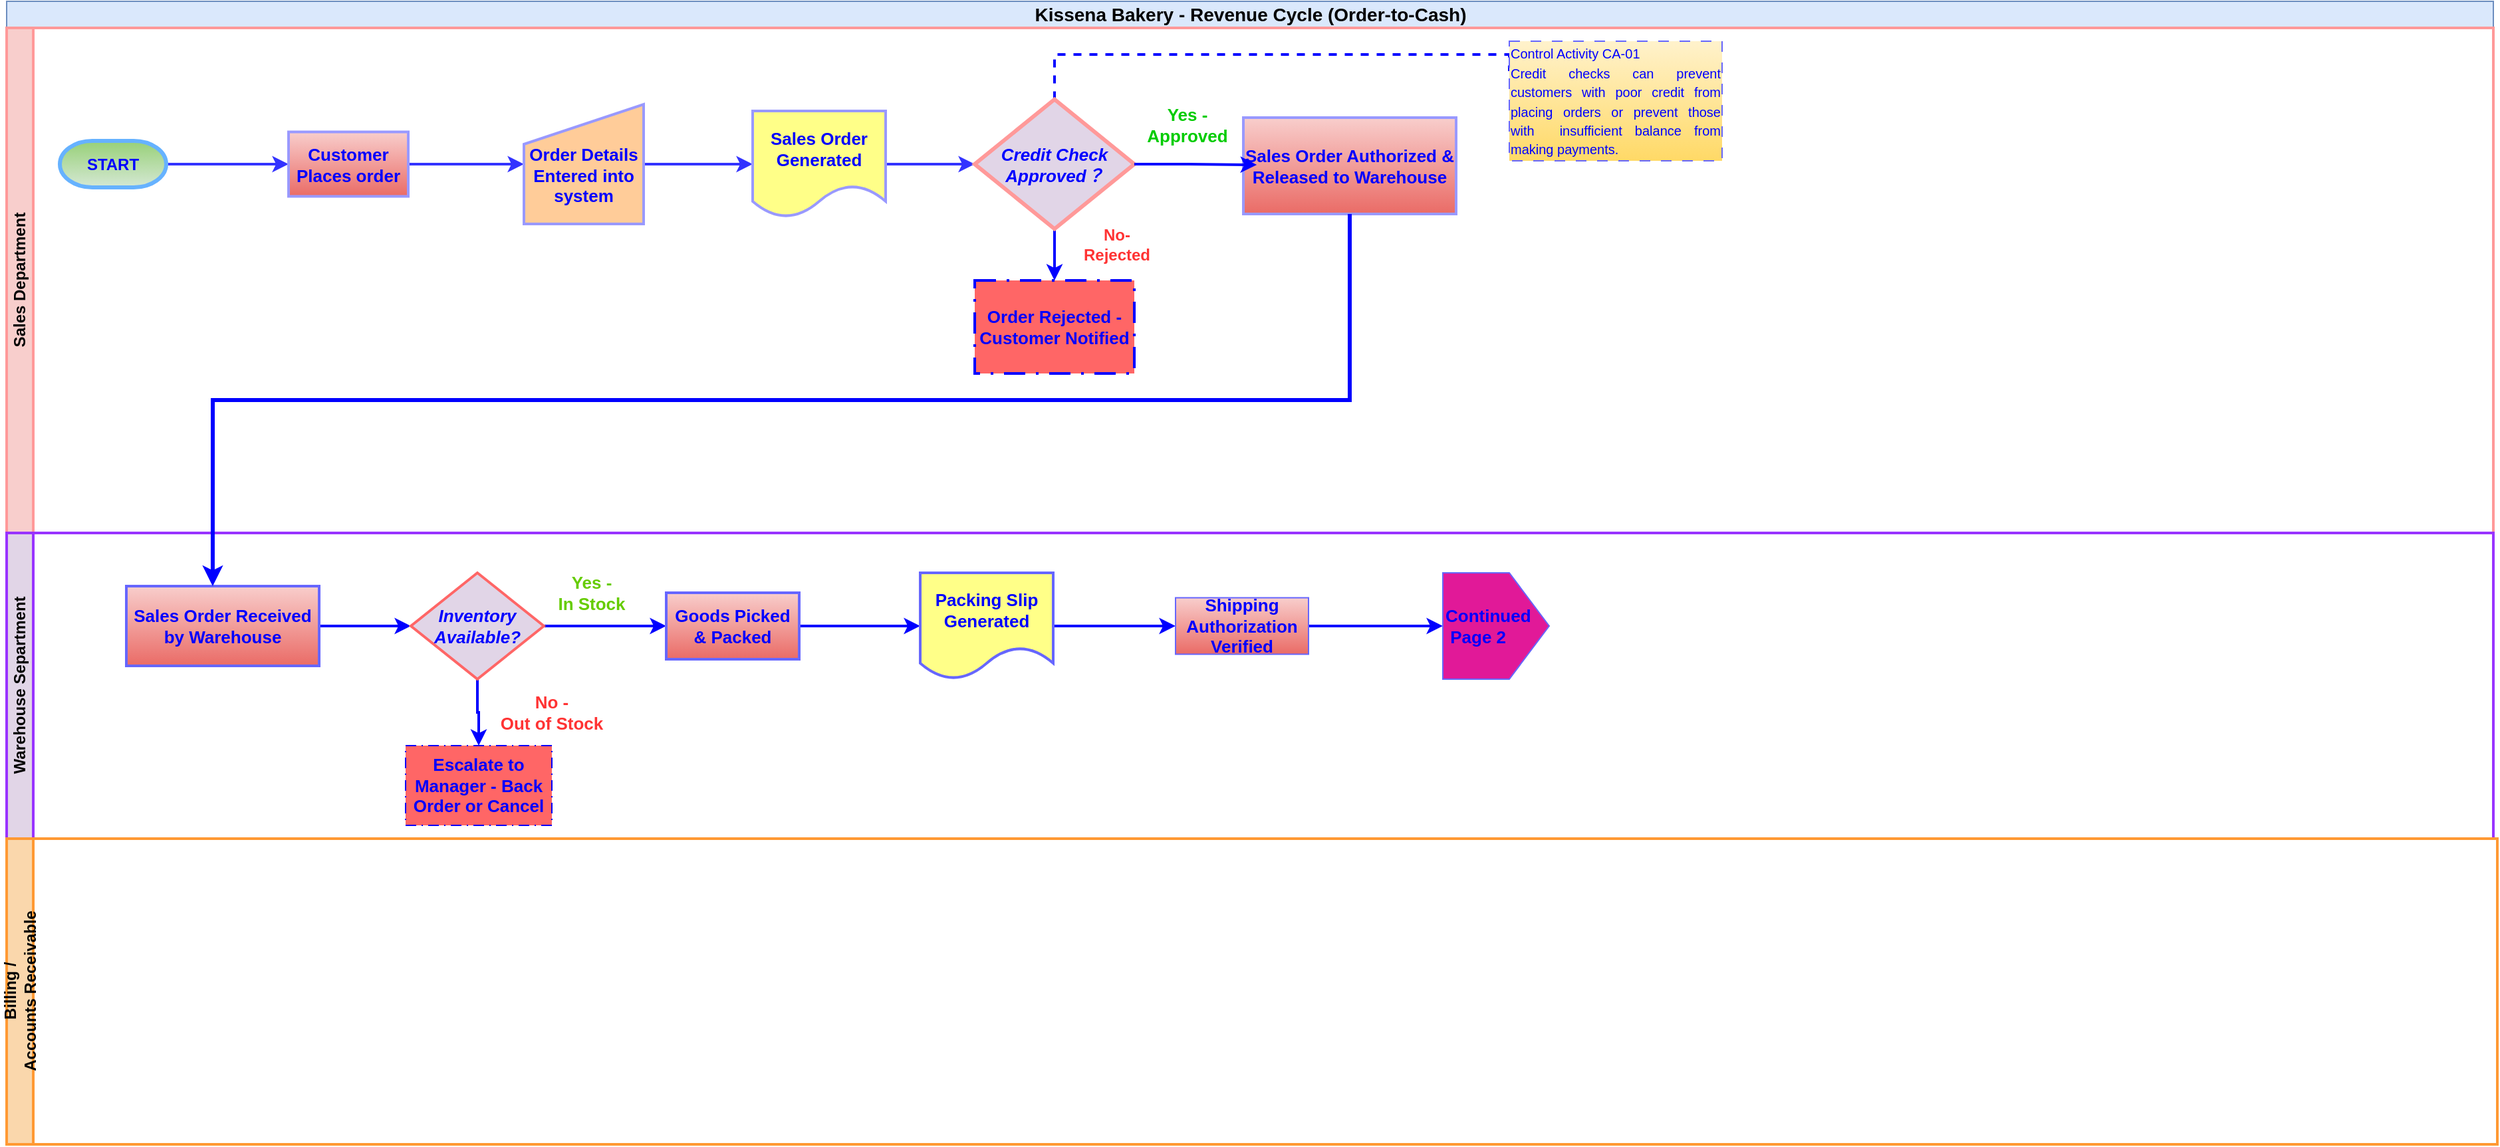
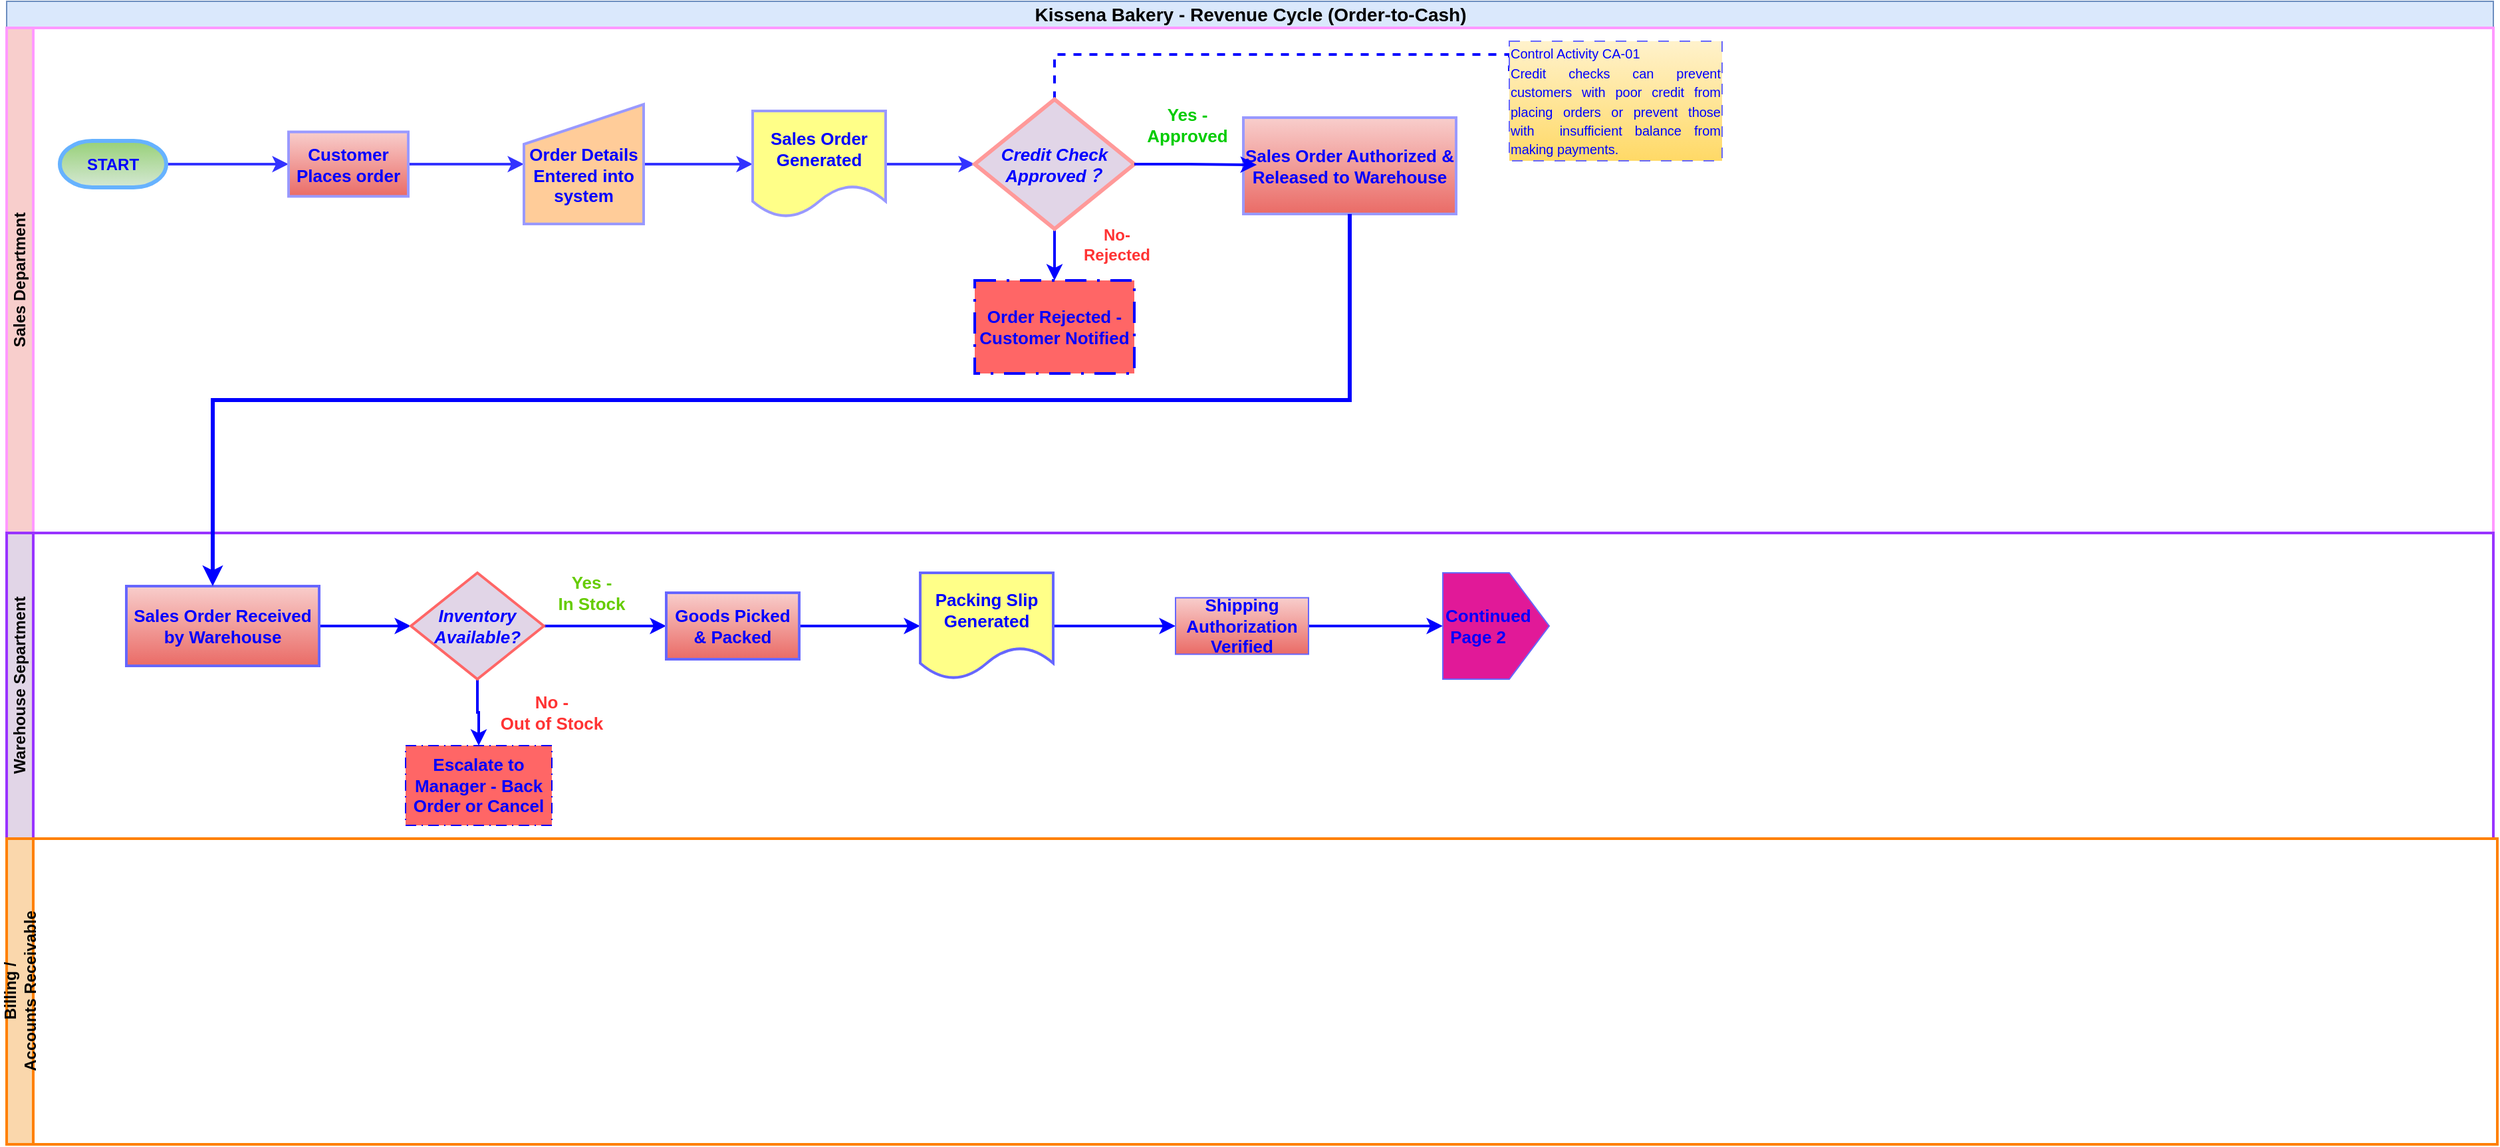
<mxfile host="app.diagrams.net" agent="Mozilla/5.0 (Windows NT 10.0; Win64; x64) AppleWebKit/537.36 (KHTML, like Gecko) Chrome/145.0.0.0 Safari/537.36" version="29.6.4" pages="2">
  <diagram name="Page-1" id="klMabU_GDppZGB9yFFRy">
    <mxGraphModel dx="2431" dy="874" grid="1" gridSize="10" guides="1" tooltips="1" connect="1" arrows="1" fold="1" page="1" pageScale="1" pageWidth="1100" pageHeight="850" math="0" shadow="0">
      <root>
        <mxCell id="0" />
        <mxCell id="1" parent="0" />
        <mxCell id="0vQu63eh7_hz7IOFjZfk-1" parent="1" style="swimlane;childLayout=stackLayout;resizeParent=1;resizeParentMax=0;horizontal=1;startSize=20;horizontalStack=0;html=1;fillColor=#dae8fc;strokeColor=#6c8ebf;" value="&lt;div style=&quot;text-align: start;&quot;&gt;&lt;font style=&quot;font-size: 14px;&quot;&gt;Kissena Bakery - Revenue Cycle (Order-to-Cash)&lt;/font&gt;&lt;/div&gt;" vertex="1">
          <mxGeometry height="20" width="1870" x="80" y="30" as="geometry" />
        </mxCell>
-         <mxCell id="0vQu63eh7_hz7IOFjZfk-2" parent="1" style="swimlane;startSize=20;horizontal=0;html=1;fillColor=#f8cecc;strokeColor=#FF9999;strokeWidth=2;" value="Sales Department" vertex="1">
+         <mxCell id="0vQu63eh7_hz7IOFjZfk-2" parent="1" style="swimlane;startSize=20;horizontal=0;html=1;fillColor=#f8cecc;strokeColor=#FF99FF;strokeWidth=2;" value="Sales Department" vertex="1">
          <mxGeometry height="380" width="1870" x="80" y="50" as="geometry">
            <mxRectangle height="30" width="610" y="20" as="alternateBounds" />
          </mxGeometry>
        </mxCell>
        <mxCell id="0vQu63eh7_hz7IOFjZfk-43" edge="1" parent="0vQu63eh7_hz7IOFjZfk-2" source="0vQu63eh7_hz7IOFjZfk-10" style="edgeStyle=orthogonalEdgeStyle;rounded=0;orthogonalLoop=1;jettySize=auto;html=1;exitX=0;exitY=0.5;exitDx=0;exitDy=0;exitPerimeter=0;entryX=0;entryY=0.5;entryDx=0;entryDy=0;strokeColor=#3333FF;strokeWidth=2;" target="0vQu63eh7_hz7IOFjZfk-15">
          <mxGeometry relative="1" as="geometry" />
        </mxCell>
        <mxCell id="0vQu63eh7_hz7IOFjZfk-10" parent="0vQu63eh7_hz7IOFjZfk-2" style="strokeWidth=3;html=1;shape=mxgraph.flowchart.terminator;whiteSpace=wrap;direction=west;fillColor=#d5e8d4;gradientColor=#97d077;strokeColor=#66B2FF;" value="&lt;b&gt;&lt;font style=&quot;color: rgb(0, 0, 255);&quot;&gt;START&lt;/font&gt;&lt;/b&gt;" vertex="1">
          <mxGeometry height="35" width="80" x="40" y="85" as="geometry" />
        </mxCell>
        <mxCell id="46-Umk2mzS9Czotzx1H9-2" edge="1" parent="0vQu63eh7_hz7IOFjZfk-2" source="0vQu63eh7_hz7IOFjZfk-15" style="edgeStyle=orthogonalEdgeStyle;rounded=0;orthogonalLoop=1;jettySize=auto;html=1;exitX=1;exitY=0.5;exitDx=0;exitDy=0;entryX=0;entryY=0.5;entryDx=0;entryDy=0;strokeColor=#3333FF;strokeWidth=2;" target="0vQu63eh7_hz7IOFjZfk-20">
          <mxGeometry relative="1" as="geometry" />
        </mxCell>
        <mxCell id="0vQu63eh7_hz7IOFjZfk-15" parent="0vQu63eh7_hz7IOFjZfk-2" style="html=1;dashed=0;whiteSpace=wrap;strokeWidth=2;fillColor=#f8cecc;strokeColor=#9999FF;gradientColor=#ea6b66;" value="&lt;font style=&quot;font-size: 13px; color: rgb(0, 0, 255);&quot;&gt;&lt;b style=&quot;&quot;&gt;Customer Places order&lt;/b&gt;&lt;/font&gt;" vertex="1">
          <mxGeometry height="48.5" width="90" x="212" y="78.25" as="geometry" />
        </mxCell>
        <mxCell id="46-Umk2mzS9Czotzx1H9-3" edge="1" parent="0vQu63eh7_hz7IOFjZfk-2" source="0vQu63eh7_hz7IOFjZfk-20" style="edgeStyle=orthogonalEdgeStyle;rounded=0;orthogonalLoop=1;jettySize=auto;html=1;exitX=1;exitY=0.5;exitDx=0;exitDy=0;entryX=0;entryY=0.5;entryDx=0;entryDy=0;strokeColor=#3333FF;strokeWidth=2;" target="0vQu63eh7_hz7IOFjZfk-30">
          <mxGeometry relative="1" as="geometry" />
        </mxCell>
        <mxCell id="0vQu63eh7_hz7IOFjZfk-20" parent="0vQu63eh7_hz7IOFjZfk-2" style="shape=manualInput;whiteSpace=wrap;html=1;align=center;fillColor=#ffcc99;strokeColor=#9999FF;strokeWidth=2;" value="&lt;div style=&quot;&quot;&gt;&lt;span style=&quot;background-color: transparent;&quot;&gt;&lt;b style=&quot;&quot;&gt;&lt;font style=&quot;font-size: 13px; color: rgb(0, 0, 255);&quot;&gt;&lt;br&gt;&lt;/font&gt;&lt;/b&gt;&lt;/span&gt;&lt;/div&gt;&lt;div style=&quot;&quot;&gt;&lt;span style=&quot;background-color: transparent;&quot;&gt;&lt;b style=&quot;&quot;&gt;&lt;font style=&quot;font-size: 13px; color: rgb(0, 0, 255);&quot;&gt;Order Details Entered into system&lt;/font&gt;&lt;/b&gt;&lt;/span&gt;&lt;/div&gt;" vertex="1">
          <mxGeometry height="90" width="90" x="389" y="57.5" as="geometry" />
        </mxCell>
        <mxCell id="0vQu63eh7_hz7IOFjZfk-35" edge="1" parent="0vQu63eh7_hz7IOFjZfk-2" style="edgeStyle=orthogonalEdgeStyle;rounded=0;orthogonalLoop=1;jettySize=auto;html=1;exitX=0;exitY=0.5;exitDx=0;exitDy=0;">
          <mxGeometry relative="1" as="geometry">
            <mxPoint x="410" y="105" as="sourcePoint" />
            <mxPoint x="410" y="105" as="targetPoint" />
          </mxGeometry>
        </mxCell>
        <mxCell id="46-Umk2mzS9Czotzx1H9-4" edge="1" parent="0vQu63eh7_hz7IOFjZfk-2" source="0vQu63eh7_hz7IOFjZfk-30" style="edgeStyle=orthogonalEdgeStyle;rounded=0;orthogonalLoop=1;jettySize=auto;html=1;exitX=1;exitY=0.5;exitDx=0;exitDy=0;entryX=0;entryY=0.5;entryDx=0;entryDy=0;strokeColor=#3333FF;strokeWidth=2;" target="0vQu63eh7_hz7IOFjZfk-34">
          <mxGeometry relative="1" as="geometry" />
        </mxCell>
        <mxCell id="0vQu63eh7_hz7IOFjZfk-30" parent="0vQu63eh7_hz7IOFjZfk-2" style="shape=document;whiteSpace=wrap;html=1;boundedLbl=1;strokeWidth=2;fillColor=#ffff88;strokeColor=#9999FF;" value="&lt;font style=&quot;font-size: 13px; color: rgb(0, 0, 255);&quot;&gt;&lt;b&gt;Sales Order Generated&lt;/b&gt;&lt;/font&gt;" vertex="1">
          <mxGeometry height="80" width="100" x="561" y="62.5" as="geometry" />
        </mxCell>
        <mxCell id="pGH0SQg9JUakCyH8bkGQ-28" edge="1" parent="0vQu63eh7_hz7IOFjZfk-2" source="0vQu63eh7_hz7IOFjZfk-34" style="edgeStyle=orthogonalEdgeStyle;rounded=0;orthogonalLoop=1;jettySize=auto;html=1;exitX=0.5;exitY=0;exitDx=0;exitDy=0;entryX=0;entryY=0.25;entryDx=0;entryDy=0;endArrow=none;endFill=0;dashed=1;strokeWidth=2;strokeColor=#0000FF;" target="pGH0SQg9JUakCyH8bkGQ-23">
          <mxGeometry relative="1" as="geometry">
            <Array as="points">
              <mxPoint x="788" y="20" />
              <mxPoint x="1130" y="20" />
            </Array>
          </mxGeometry>
        </mxCell>
        <mxCell id="DywWvH4VDf4e1SjyT3sU-2" edge="1" parent="0vQu63eh7_hz7IOFjZfk-2" source="0vQu63eh7_hz7IOFjZfk-34" style="edgeStyle=orthogonalEdgeStyle;rounded=0;orthogonalLoop=1;jettySize=auto;html=1;exitX=0.5;exitY=1;exitDx=0;exitDy=0;entryX=0.5;entryY=0;entryDx=0;entryDy=0;strokeColor=#0000FF;strokeWidth=2;" target="0vQu63eh7_hz7IOFjZfk-65">
          <mxGeometry relative="1" as="geometry" />
        </mxCell>
        <mxCell id="0vQu63eh7_hz7IOFjZfk-34" parent="0vQu63eh7_hz7IOFjZfk-2" style="rhombus;whiteSpace=wrap;html=1;fillColor=#e1d5e7;strokeColor=#FF9999;strokeWidth=3;" value="&lt;font style=&quot;font-size: 13px; color: rgb(0, 0, 255);&quot;&gt;&lt;b&gt;&lt;i&gt;Credit Check Approved？&lt;/i&gt;&lt;/b&gt;&lt;/font&gt;" vertex="1">
          <mxGeometry height="97.5" width="120" x="728" y="53.75" as="geometry" />
        </mxCell>
        <mxCell id="0vQu63eh7_hz7IOFjZfk-60" parent="0vQu63eh7_hz7IOFjZfk-2" style="text;html=1;whiteSpace=wrap;strokeColor=none;fillColor=none;align=center;verticalAlign=middle;rounded=0;fontColor=#00CC00;" value="&lt;font style=&quot;font-size: 13px;&quot;&gt;&lt;b style=&quot;&quot;&gt;Yes - Approved&lt;/b&gt;&lt;/font&gt;" vertex="1">
          <mxGeometry height="30" width="80" x="848" y="57.5" as="geometry" />
        </mxCell>
        <mxCell id="0vQu63eh7_hz7IOFjZfk-65" parent="0vQu63eh7_hz7IOFjZfk-2" style="html=1;dashed=1;whiteSpace=wrap;strokeWidth=2;fillColor=light-dark(#FF6666,#FF3333);strokeColor=#0000FF;fontColor=#ffffff;fontStyle=1;dashPattern=8 4 1 4;" value="&lt;font style=&quot;font-size: 13px; color: rgb(0, 0, 255);&quot;&gt;Order Rejected - Customer Notified&lt;/font&gt;" vertex="1">
          <mxGeometry height="70" width="120" x="728" y="190" as="geometry" />
        </mxCell>
        <mxCell id="0vQu63eh7_hz7IOFjZfk-67" parent="0vQu63eh7_hz7IOFjZfk-2" style="html=1;dashed=0;whiteSpace=wrap;fillColor=#f8cecc;gradientColor=#ea6b66;strokeColor=#9999FF;strokeWidth=2;" value="&lt;font style=&quot;font-size: 13px; color: rgb(0, 0, 255);&quot;&gt;&lt;b&gt;Sales Order Authorized &amp;amp; Released to Warehouse&lt;/b&gt;&lt;/font&gt;" vertex="1">
          <mxGeometry height="72.5" width="160" x="930" y="67.5" as="geometry" />
        </mxCell>
        <mxCell id="pGH0SQg9JUakCyH8bkGQ-23" parent="0vQu63eh7_hz7IOFjZfk-2" style="html=1;dashed=1;whiteSpace=wrap;dashPattern=8 8;fillColor=#fff2cc;gradientColor=#ffd966;strokeColor=light-dark(#6666FF,#6D5100);strokeWidth=1;" value="&lt;div style=&quot;text-align: justify;&quot;&gt;&lt;span style=&quot;font-size: 10px; background-color: transparent;&quot;&gt;&lt;font style=&quot;color: rgb(0, 0, 255);&quot;&gt;Control Activity&amp;nbsp;CA-01&lt;/font&gt;&lt;/span&gt;&lt;/div&gt;&lt;font style=&quot;color: rgb(0, 0, 255);&quot;&gt;&lt;div style=&quot;text-align: justify;&quot;&gt;&lt;span style=&quot;font-size: 10px; background-color: transparent;&quot;&gt;Credit checks can prevent customers with poor credit from placing orders or prevent those with&amp;nbsp; insufficient balance from making payments.&lt;/span&gt;&lt;/div&gt;&lt;/font&gt;" vertex="1">
          <mxGeometry height="90" width="160" x="1130" y="10" as="geometry" />
        </mxCell>
        <mxCell id="DywWvH4VDf4e1SjyT3sU-3" parent="0vQu63eh7_hz7IOFjZfk-2" style="text;html=1;whiteSpace=wrap;strokeColor=none;fillColor=none;align=center;verticalAlign=middle;rounded=0;fontSize=12;fontStyle=1;fontColor=#FF3333;" value="&lt;span&gt;&lt;font style=&quot;&quot;&gt;No-Rejected&lt;/font&gt;&lt;/span&gt;" vertex="1">
          <mxGeometry height="30" width="70" x="800" y="147.5" as="geometry" />
        </mxCell>
        <mxCell id="G1smnQENkRiUrPdJOTDi-3" edge="1" parent="0vQu63eh7_hz7IOFjZfk-2" source="0vQu63eh7_hz7IOFjZfk-34" style="edgeStyle=orthogonalEdgeStyle;rounded=0;orthogonalLoop=1;jettySize=auto;html=1;exitX=1;exitY=0.5;exitDx=0;exitDy=0;entryX=0.063;entryY=0.49;entryDx=0;entryDy=0;entryPerimeter=0;strokeColor=#0000FF;strokeWidth=2;" target="0vQu63eh7_hz7IOFjZfk-67">
          <mxGeometry relative="1" as="geometry" />
        </mxCell>
        <mxCell id="0vQu63eh7_hz7IOFjZfk-3" parent="1" style="swimlane;startSize=20;horizontal=0;html=1;fillColor=#e1d5e7;strokeColor=#9933FF;strokeWidth=2;" value="Warehouse Separtment" vertex="1">
          <mxGeometry height="230" width="1870" x="80" y="430" as="geometry" />
        </mxCell>
        <mxCell id="pGH0SQg9JUakCyH8bkGQ-32" edge="1" parent="0vQu63eh7_hz7IOFjZfk-3" source="0vQu63eh7_hz7IOFjZfk-73" style="edgeStyle=orthogonalEdgeStyle;rounded=0;orthogonalLoop=1;jettySize=auto;html=1;exitX=1;exitY=0.5;exitDx=0;exitDy=0;entryX=0;entryY=0.5;entryDx=0;entryDy=0;strokeColor=#0000FF;strokeWidth=2;" target="0vQu63eh7_hz7IOFjZfk-92">
          <mxGeometry relative="1" as="geometry" />
        </mxCell>
        <mxCell id="0vQu63eh7_hz7IOFjZfk-73" parent="0vQu63eh7_hz7IOFjZfk-3" style="html=1;dashed=0;whiteSpace=wrap;fillColor=#f8cecc;gradientColor=#ea6b66;strokeColor=#6666FF;strokeWidth=2;" value="&lt;font style=&quot;font-size: 13px; color: rgb(0, 0, 255);&quot;&gt;&lt;b&gt;Sales Order Received by Warehouse&lt;/b&gt;&lt;/font&gt;" vertex="1">
          <mxGeometry height="60" width="145" x="90" y="40" as="geometry" />
        </mxCell>
        <mxCell id="pGH0SQg9JUakCyH8bkGQ-31" edge="1" parent="0vQu63eh7_hz7IOFjZfk-3" source="0vQu63eh7_hz7IOFjZfk-92" style="edgeStyle=orthogonalEdgeStyle;rounded=0;orthogonalLoop=1;jettySize=auto;html=1;exitX=1;exitY=0.5;exitDx=0;exitDy=0;entryX=0;entryY=0.5;entryDx=0;entryDy=0;strokeColor=#0000FF;strokeWidth=2;" target="0vQu63eh7_hz7IOFjZfk-106">
          <mxGeometry relative="1" as="geometry" />
        </mxCell>
        <mxCell id="pGH0SQg9JUakCyH8bkGQ-34" edge="1" parent="0vQu63eh7_hz7IOFjZfk-3" source="0vQu63eh7_hz7IOFjZfk-92" style="edgeStyle=orthogonalEdgeStyle;rounded=0;orthogonalLoop=1;jettySize=auto;html=1;exitX=0.5;exitY=1;exitDx=0;exitDy=0;entryX=0.5;entryY=0;entryDx=0;entryDy=0;strokeColor=#0000FF;strokeWidth=2;" target="0vQu63eh7_hz7IOFjZfk-96">
          <mxGeometry relative="1" as="geometry" />
        </mxCell>
        <mxCell id="0vQu63eh7_hz7IOFjZfk-92" parent="0vQu63eh7_hz7IOFjZfk-3" style="rhombus;whiteSpace=wrap;html=1;fillColor=#e1d5e7;strokeColor=light-dark(#FF6666,#FF3333);strokeWidth=2;" value="&lt;font style=&quot;font-size: 13px; color: rgb(0, 0, 255);&quot;&gt;&lt;b&gt;&lt;i&gt;Inventory Available?&lt;/i&gt;&lt;/b&gt;&lt;/font&gt;" vertex="1">
          <mxGeometry height="80" width="100" x="304" y="30" as="geometry" />
        </mxCell>
        <mxCell id="0vQu63eh7_hz7IOFjZfk-96" parent="0vQu63eh7_hz7IOFjZfk-3" style="html=1;dashed=1;whiteSpace=wrap;fillColor=#FF6666;strokeColor=#0000FF;fontColor=#ffffff;dashPattern=8 4 1 4;" value="&lt;b&gt;&lt;font style=&quot;font-size: 13px; color: rgb(0, 0, 255);&quot;&gt;Escalate to Manager - Back Order or Cancel&lt;/font&gt;&lt;/b&gt;" vertex="1">
          <mxGeometry height="60" width="110" x="300" y="160" as="geometry" />
        </mxCell>
        <mxCell id="46-Umk2mzS9Czotzx1H9-6" edge="1" parent="0vQu63eh7_hz7IOFjZfk-3" source="0vQu63eh7_hz7IOFjZfk-106" style="edgeStyle=orthogonalEdgeStyle;rounded=0;orthogonalLoop=1;jettySize=auto;html=1;exitX=1;exitY=0.5;exitDx=0;exitDy=0;entryX=0;entryY=0.5;entryDx=0;entryDy=0;strokeColor=#0000FF;strokeWidth=2;" target="0vQu63eh7_hz7IOFjZfk-110">
          <mxGeometry relative="1" as="geometry" />
        </mxCell>
        <mxCell id="0vQu63eh7_hz7IOFjZfk-106" parent="0vQu63eh7_hz7IOFjZfk-3" style="html=1;dashed=0;whiteSpace=wrap;strokeWidth=2;fillColor=#f8cecc;gradientColor=#ea6b66;strokeColor=#6666FF;" value="&lt;font style=&quot;font-size: 13px; color: rgb(0, 0, 255);&quot;&gt;&lt;b&gt;Goods Picked &amp;amp; Packed&lt;/b&gt;&lt;/font&gt;" vertex="1">
          <mxGeometry height="50" width="100" x="496" y="45" as="geometry" />
        </mxCell>
        <mxCell id="46-Umk2mzS9Czotzx1H9-8" edge="1" parent="0vQu63eh7_hz7IOFjZfk-3" source="0vQu63eh7_hz7IOFjZfk-110" style="edgeStyle=orthogonalEdgeStyle;rounded=0;orthogonalLoop=1;jettySize=auto;html=1;exitX=1;exitY=0.5;exitDx=0;exitDy=0;entryX=0;entryY=0.5;entryDx=0;entryDy=0;strokeColor=#0000FF;strokeWidth=2;" target="0vQu63eh7_hz7IOFjZfk-112">
          <mxGeometry relative="1" as="geometry" />
        </mxCell>
        <mxCell id="0vQu63eh7_hz7IOFjZfk-110" parent="0vQu63eh7_hz7IOFjZfk-3" style="shape=document;whiteSpace=wrap;html=1;boundedLbl=1;strokeWidth=2;fillColor=#ffff88;strokeColor=#6666FF;" value="&lt;font style=&quot;font-size: 13px; color: rgb(0, 0, 255);&quot;&gt;&lt;b&gt;Packing Slip Generated&lt;/b&gt;&lt;/font&gt;" vertex="1">
          <mxGeometry height="80" width="100" x="687" y="30" as="geometry" />
        </mxCell>
        <mxCell id="G1smnQENkRiUrPdJOTDi-2" edge="1" parent="0vQu63eh7_hz7IOFjZfk-3" source="0vQu63eh7_hz7IOFjZfk-112" style="edgeStyle=orthogonalEdgeStyle;rounded=0;orthogonalLoop=1;jettySize=auto;html=1;exitX=1;exitY=0.5;exitDx=0;exitDy=0;entryX=0.5;entryY=0;entryDx=0;entryDy=0;strokeColor=#0000FF;strokeWidth=2;" target="G1smnQENkRiUrPdJOTDi-1">
          <mxGeometry relative="1" as="geometry" />
        </mxCell>
        <mxCell id="0vQu63eh7_hz7IOFjZfk-112" parent="0vQu63eh7_hz7IOFjZfk-3" style="html=1;dashed=0;whiteSpace=wrap;strokeColor=#6666FF;fillColor=#f8cecc;gradientColor=#ea6b66;fontStyle=1" value="&lt;font style=&quot;font-size: 13px; color: rgb(0, 0, 255);&quot;&gt;Shipping Authorization Verified&lt;/font&gt;" vertex="1">
          <mxGeometry height="42.5" width="100" x="879" y="48.75" as="geometry" />
        </mxCell>
        <mxCell id="0vQu63eh7_hz7IOFjZfk-98" parent="0vQu63eh7_hz7IOFjZfk-3" style="text;html=1;whiteSpace=wrap;strokeColor=none;fillColor=none;align=center;verticalAlign=middle;rounded=0;fontColor=#FF3333;" value="&lt;font style=&quot;font-size: 13px;&quot;&gt;&lt;b&gt;No - &lt;br&gt;Out of Stock&lt;/b&gt;&lt;/font&gt;" vertex="1">
          <mxGeometry height="30" width="80" x="370" y="120" as="geometry" />
        </mxCell>
        <mxCell id="G1smnQENkRiUrPdJOTDi-1" parent="0vQu63eh7_hz7IOFjZfk-3" style="shape=offPageConnector;whiteSpace=wrap;html=1;direction=north;strokeColor=#6666FF;fillColor=#E11998;align=left;" value="&lt;b style=&quot;color: rgb(0, 0, 255); font-size: 13px; text-wrap-mode: nowrap;&quot;&gt;Continued&lt;br&gt;&amp;nbsp;Page 2&lt;/b&gt;" vertex="1">
          <mxGeometry height="80" width="80" x="1080" y="30" as="geometry" />
        </mxCell>
        <mxCell id="0vQu63eh7_hz7IOFjZfk-86" edge="1" parent="1" source="0vQu63eh7_hz7IOFjZfk-67" style="edgeStyle=orthogonalEdgeStyle;rounded=0;orthogonalLoop=1;jettySize=auto;html=1;exitX=0.5;exitY=1;exitDx=0;exitDy=0;entryX=0.448;entryY=0;entryDx=0;entryDy=0;entryPerimeter=0;fontColor=#0000CC;strokeColor=#0000FF;strokeWidth=3;" target="0vQu63eh7_hz7IOFjZfk-73">
          <mxGeometry relative="1" as="geometry">
            <Array as="points">
              <mxPoint x="1090" y="330" />
              <mxPoint x="235" y="330" />
            </Array>
          </mxGeometry>
        </mxCell>
-         <mxCell id="0vQu63eh7_hz7IOFjZfk-4" parent="1" style="swimlane;startSize=20;horizontal=0;html=1;fillColor=#fad7ac;strokeColor=#FF9933;strokeWidth=2;" value="Billing /&lt;br&gt;Accounts Receivable" vertex="1">
+         <mxCell id="0vQu63eh7_hz7IOFjZfk-4" parent="1" style="swimlane;startSize=20;horizontal=0;html=1;fillColor=#fad7ac;strokeColor=#FF8000;strokeWidth=2;" value="Billing /&lt;br&gt;Accounts Receivable" vertex="1">
          <mxGeometry height="230" width="1873" x="80" y="660" as="geometry">
            <mxRectangle height="30" width="500" y="310" as="alternateBounds" />
          </mxGeometry>
        </mxCell>
        <mxCell id="46-Umk2mzS9Czotzx1H9-12" parent="1" style="text;html=1;whiteSpace=wrap;strokeColor=none;fillColor=none;align=center;verticalAlign=middle;rounded=0;" value="&lt;b style=&quot;color: rgb(102, 204, 0);&quot;&gt;&lt;font style=&quot;font-size: 13px;&quot;&gt;Yes -&lt;br&gt;In Stock&lt;/font&gt;&lt;/b&gt;" vertex="1">
          <mxGeometry height="30" width="80" x="480" y="460" as="geometry" />
        </mxCell>
      </root>
    </mxGraphModel>
  </diagram>
  <diagram id="ZDdy4ylPSpOC2Ge6VpiW" name="Page-2">
    <mxGraphModel dx="2066" dy="743" grid="1" gridSize="10" guides="1" tooltips="1" connect="1" arrows="1" fold="1" page="1" pageScale="1" pageWidth="1100" pageHeight="850" math="0" shadow="0">
      <root>
        <mxCell id="0" />
        <mxCell id="1" parent="0" />
        <mxCell id="_GW_QHAqRueJzuYdTQVs-1" parent="1" style="swimlane;startSize=20;horizontal=0;html=1;fillColor=#e1d5e7;strokeColor=#9933FF;strokeWidth=2;" value="Warehouse Separtment" vertex="1">
          <mxGeometry height="270" width="1330" x="110" y="150" as="geometry" />
        </mxCell>
        <mxCell id="JTW380UVqBL9k5zzlviH-1" parent="_GW_QHAqRueJzuYdTQVs-1" style="html=1;dashed=0;whiteSpace=wrap;fillColor=#f8cecc;gradientColor=#ea6b66;strokeColor=#6666FF;" value="&lt;font style=&quot;font-size: 13px; color: rgb(0, 0, 255);&quot;&gt;&lt;b&gt;Goods Dispatched to Customer&lt;/b&gt;&lt;/font&gt;" vertex="1">
          <mxGeometry height="50" width="100" x="220" y="75" as="geometry" />
        </mxCell>
        <mxCell id="Y0x97Svv89Kf0asxUhHi-3" edge="1" parent="_GW_QHAqRueJzuYdTQVs-1" source="Y0x97Svv89Kf0asxUhHi-1" style="edgeStyle=orthogonalEdgeStyle;rounded=0;orthogonalLoop=1;jettySize=auto;html=1;exitX=0.5;exitY=1;exitDx=0;exitDy=0;entryX=0;entryY=0.5;entryDx=0;entryDy=0;strokeWidth=2;strokeColor=#0000FF;" target="JTW380UVqBL9k5zzlviH-1">
          <mxGeometry relative="1" as="geometry" />
        </mxCell>
        <mxCell id="Y0x97Svv89Kf0asxUhHi-1" parent="_GW_QHAqRueJzuYdTQVs-1" style="shape=offPageConnector;whiteSpace=wrap;html=1;direction=north;strokeColor=#6666FF;fillColor=#E11998;align=left;" value="&lt;b style=&quot;color: rgb(0, 0, 255); font-size: 13px; text-wrap-mode: nowrap;&quot;&gt;Continued&lt;br&gt;&amp;nbsp;Page 2&lt;/b&gt;" vertex="1">
          <mxGeometry height="80" width="80" x="70" y="60" as="geometry" />
        </mxCell>
        <mxCell id="VSqCA1LAcqbEIX1a-AIG-1" parent="1" style="swimlane;startSize=20;horizontal=0;html=1;whiteSpace=wrap;fillColor=#ffcc99;strokeColor=#FF9933;strokeWidth=2;" value="&lt;span style=&quot;text-wrap-mode: nowrap;&quot;&gt;Billing /&lt;/span&gt;&lt;br style=&quot;text-wrap-mode: nowrap;&quot;&gt;&lt;span style=&quot;text-wrap-mode: nowrap;&quot;&gt;Accounts Receivable&lt;/span&gt;" vertex="1">
          <mxGeometry height="170" width="1330" x="110" y="420" as="geometry" />
        </mxCell>
        <mxCell id="KsxiR5SY5I83CpnIQ7mC-4" edge="1" parent="VSqCA1LAcqbEIX1a-AIG-1" source="2IOCe_ZcG10jMQKezpJ2-1" style="edgeStyle=orthogonalEdgeStyle;rounded=0;orthogonalLoop=1;jettySize=auto;html=1;exitX=1;exitY=0.5;exitDx=0;exitDy=0;entryX=0;entryY=0.5;entryDx=0;entryDy=0;strokeColor=#0000FF;strokeWidth=2;" target="2IOCe_ZcG10jMQKezpJ2-2">
          <mxGeometry relative="1" as="geometry" />
        </mxCell>
        <mxCell id="2IOCe_ZcG10jMQKezpJ2-1" parent="VSqCA1LAcqbEIX1a-AIG-1" style="html=1;dashed=0;whiteSpace=wrap;strokeWidth=2;fillColor=#f8cecc;gradientColor=#ea6b66;strokeColor=#6666FF;" value="&lt;b&gt;&lt;font style=&quot;font-size: 13px; color: rgb(0, 0, 255);&quot;&gt;Dispatch Confirmation Received&lt;/font&gt;&lt;/b&gt;" vertex="1">
          <mxGeometry height="50" width="100" x="50" y="50" as="geometry" />
        </mxCell>
        <mxCell id="KsxiR5SY5I83CpnIQ7mC-5" edge="1" parent="VSqCA1LAcqbEIX1a-AIG-1" source="2IOCe_ZcG10jMQKezpJ2-2" style="edgeStyle=orthogonalEdgeStyle;rounded=0;orthogonalLoop=1;jettySize=auto;html=1;exitX=1;exitY=0.5;exitDx=0;exitDy=0;entryX=0;entryY=0.5;entryDx=0;entryDy=0;strokeColor=#0000FF;strokeWidth=2;" target="dAGMuh-EUK1Y8pTE6-PC-2">
          <mxGeometry relative="1" as="geometry" />
        </mxCell>
        <mxCell id="2IOCe_ZcG10jMQKezpJ2-2" parent="VSqCA1LAcqbEIX1a-AIG-1" style="shape=document;whiteSpace=wrap;html=1;boundedLbl=1;fillColor=#ffff88;strokeColor=#6666FF;strokeWidth=2;" value="&lt;font style=&quot;font-size: 13px; color: rgb(0, 0, 255);&quot;&gt;&lt;b&gt;Invoice Generated &amp;amp; Sent to Customer&lt;/b&gt;&lt;/font&gt;" vertex="1">
          <mxGeometry height="80" width="120" x="229" y="35" as="geometry" />
        </mxCell>
        <mxCell id="KsxiR5SY5I83CpnIQ7mC-6" edge="1" parent="VSqCA1LAcqbEIX1a-AIG-1" source="dAGMuh-EUK1Y8pTE6-PC-2" style="edgeStyle=orthogonalEdgeStyle;rounded=0;orthogonalLoop=1;jettySize=auto;html=1;exitX=1;exitY=0.5;exitDx=0;exitDy=0;entryX=0;entryY=0.5;entryDx=0;entryDy=0;strokeColor=#0000FF;strokeWidth=2;" target="dAGMuh-EUK1Y8pTE6-PC-4">
          <mxGeometry relative="1" as="geometry" />
        </mxCell>
        <mxCell id="dAGMuh-EUK1Y8pTE6-PC-2" parent="VSqCA1LAcqbEIX1a-AIG-1" style="html=1;dashed=0;whiteSpace=wrap;strokeWidth=2;fillColor=#f8cecc;gradientColor=#ea6b66;strokeColor=#6666FF;" value="&lt;b&gt;&lt;font style=&quot;font-size: 13px; color: rgb(0, 0, 255);&quot;&gt;Payment Received from Customer&lt;/font&gt;&lt;/b&gt;" vertex="1">
          <mxGeometry height="50" width="110" x="423" y="50" as="geometry" />
        </mxCell>
        <mxCell id="KsxiR5SY5I83CpnIQ7mC-8" edge="1" parent="VSqCA1LAcqbEIX1a-AIG-1" source="dAGMuh-EUK1Y8pTE6-PC-4" style="edgeStyle=orthogonalEdgeStyle;rounded=0;orthogonalLoop=1;jettySize=auto;html=1;exitX=1;exitY=0.5;exitDx=0;exitDy=0;entryX=0;entryY=0.5;entryDx=0;entryDy=0;strokeColor=#0000FF;strokeWidth=2;" target="dAGMuh-EUK1Y8pTE6-PC-6">
          <mxGeometry relative="1" as="geometry" />
        </mxCell>
        <mxCell id="dAGMuh-EUK1Y8pTE6-PC-4" parent="VSqCA1LAcqbEIX1a-AIG-1" style="shape=document;whiteSpace=wrap;html=1;boundedLbl=1;fillColor=#ffff88;strokeColor=#6666FF;strokeWidth=2;" value="&lt;font style=&quot;font-size: 13px; color: rgb(0, 0, 255);&quot;&gt;&lt;b&gt;Remittance Advice Recorded&lt;/b&gt;&lt;/font&gt;" vertex="1">
          <mxGeometry height="75" width="110" x="611" y="37.5" as="geometry" />
        </mxCell>
        <mxCell id="dAGMuh-EUK1Y8pTE6-PC-6" parent="VSqCA1LAcqbEIX1a-AIG-1" style="html=1;dashed=0;whiteSpace=wrap;strokeWidth=2;fillColor=#f8cecc;gradientColor=#ea6b66;strokeColor=#6666FF;" value="&lt;b&gt;&lt;font style=&quot;font-size: 13px; color: rgb(0, 0, 255);&quot;&gt;Cash Posted to Accounts Receivable&lt;/font&gt;&lt;/b&gt;" vertex="1">
          <mxGeometry height="50" width="110" x="800" y="50" as="geometry" />
        </mxCell>
        <mxCell id="dAGMuh-EUK1Y8pTE6-PC-8" parent="VSqCA1LAcqbEIX1a-AIG-1" style="strokeWidth=2;html=1;shape=mxgraph.flowchart.terminator;whiteSpace=wrap;fillColor=#d5e8d4;gradientColor=#97d077;strokeColor=#66B2FF;" value="&lt;font style=&quot;font-size: 13px; color: rgb(0, 0, 255);&quot;&gt;&lt;b&gt;END&lt;/b&gt;&lt;/font&gt;" vertex="1">
          <mxGeometry height="45" width="90" x="980" y="50" as="geometry" />
        </mxCell>
        <mxCell id="uHHicwT-v_B4AunEQLIp-2" edge="1" parent="VSqCA1LAcqbEIX1a-AIG-1" source="dAGMuh-EUK1Y8pTE6-PC-6" style="edgeStyle=orthogonalEdgeStyle;rounded=0;orthogonalLoop=1;jettySize=auto;html=1;exitX=1;exitY=0.5;exitDx=0;exitDy=0;entryX=0.111;entryY=0.556;entryDx=0;entryDy=0;entryPerimeter=0;strokeWidth=2;strokeColor=#0000FF;" target="dAGMuh-EUK1Y8pTE6-PC-8">
          <mxGeometry relative="1" as="geometry" />
        </mxCell>
        <mxCell id="dAGMuh-EUK1Y8pTE6-PC-10" edge="1" parent="1" source="JTW380UVqBL9k5zzlviH-1" style="edgeStyle=orthogonalEdgeStyle;rounded=0;orthogonalLoop=1;jettySize=auto;html=1;exitX=0.5;exitY=1;exitDx=0;exitDy=0;entryX=0.5;entryY=0;entryDx=0;entryDy=0;strokeColor=#0000FF;strokeWidth=3;" target="2IOCe_ZcG10jMQKezpJ2-1">
          <mxGeometry relative="1" as="geometry" />
        </mxCell>
      </root>
    </mxGraphModel>
  </diagram>
</mxfile>
